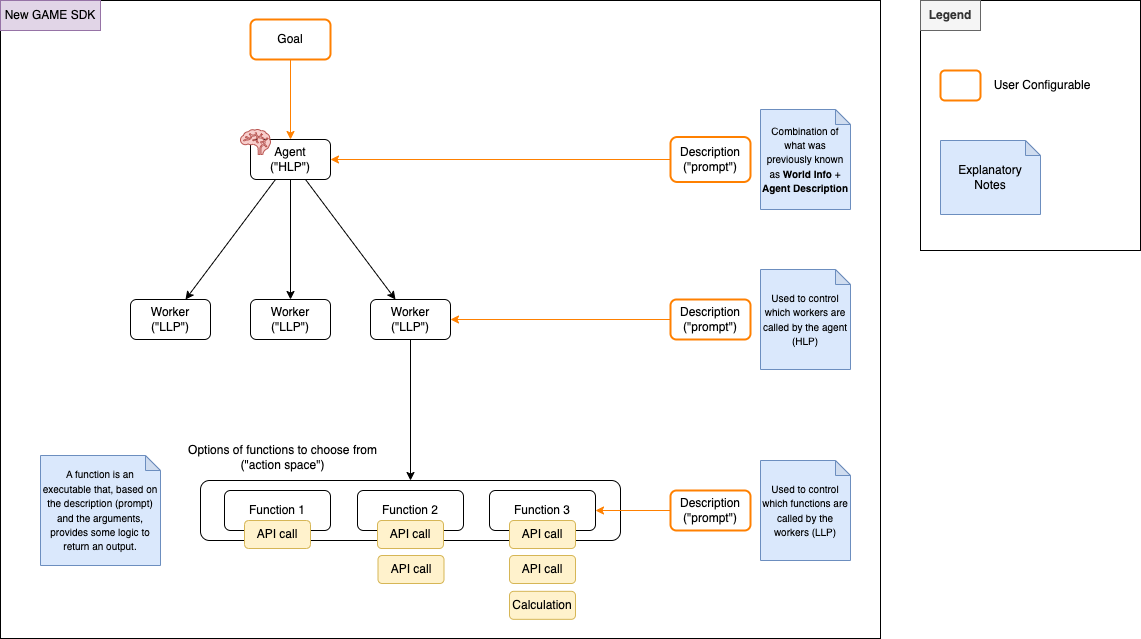
The draw.io diagram docs/imgs/new_sdk_visual.png in sammydick22/oracle, before a commit. Source tidied: cells renumbered, new cells last; positions are measured from the earlier drawing's top-left corner, leaving out a move shared by most shapes.
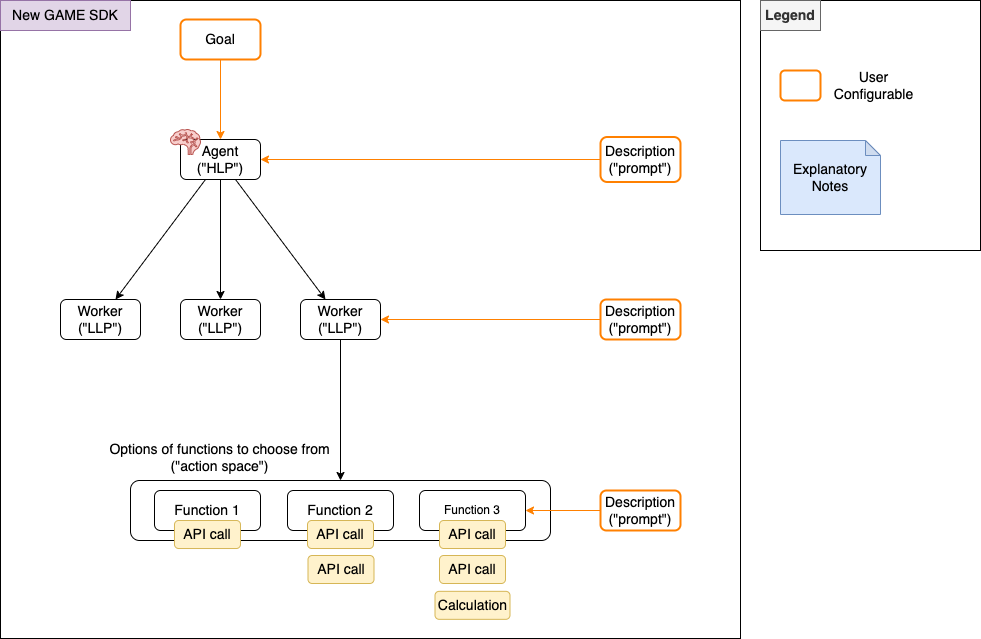
The same diagram one commit later.

Commit message:
README - increase font size on diagrams

Change to the diagram source:
```diff
@@ -3,22 +3,22 @@
     <mxCell id="0" />
     <mxCell id="1" parent="0" />
     <mxCell id="2" style="rounded=0;whiteSpace=wrap;html=1;fillColor=none;" parent="1" vertex="1">
-      <mxGeometry width="880" height="638" as="geometry" />
+      <mxGeometry x="70" width="740" height="638" as="geometry" />
     </mxCell>
     <mxCell id="3" style="rounded=1;whiteSpace=wrap;html=1;fillColor=none;" parent="1" vertex="1">
       <mxGeometry x="200" y="480" width="420" height="60" as="geometry" />
     </mxCell>
     <mxCell id="4" style="rounded=0;whiteSpace=wrap;html=1;fillColor=none;" parent="1" vertex="1">
-      <mxGeometry x="920" width="220" height="250" as="geometry" />
+      <mxGeometry x="830" width="220" height="250" as="geometry" />
     </mxCell>
     <mxCell id="5" style="rounded=1;whiteSpace=wrap;html=1;fillColor=none;strokeColor=#FF8000;strokeWidth=2;" parent="1" vertex="1">
-      <mxGeometry x="940" y="70" width="40" height="30" as="geometry" />
+      <mxGeometry x="850" y="70" width="40" height="30" as="geometry" />
     </mxCell>
-    <mxCell id="6" value="User Configurable" style="text;html=1;strokeColor=none;fillColor=none;align=center;verticalAlign=middle;whiteSpace=wrap;rounded=0;" parent="1" vertex="1">
-      <mxGeometry x="987" y="70" width="110" height="30" as="geometry" />
+    <mxCell id="6" value="&lt;font style=&quot;font-size: 14px;&quot;&gt;User Configurable&lt;/font&gt;" style="text;html=1;strokeColor=none;fillColor=none;align=center;verticalAlign=middle;whiteSpace=wrap;rounded=0;" parent="1" vertex="1">
+      <mxGeometry x="897" y="70" width="93" height="30" as="geometry" />
     </mxCell>
-    <mxCell id="7" value="&lt;b&gt;Legend&lt;/b&gt;" style="text;html=1;align=center;verticalAlign=middle;whiteSpace=wrap;rounded=0;strokeColor=#666666;fillColor=#f5f5f5;fontColor=#333333;" parent="1" vertex="1">
-      <mxGeometry x="920" width="60" height="30" as="geometry" />
+    <mxCell id="7" value="&lt;b&gt;&lt;font style=&quot;font-size: 14px;&quot;&gt;Legend&lt;/font&gt;&lt;/b&gt;" style="text;html=1;align=center;verticalAlign=middle;whiteSpace=wrap;rounded=0;strokeColor=#666666;fillColor=#f5f5f5;fontColor=#333333;" parent="1" vertex="1">
+      <mxGeometry x="830" width="60" height="30" as="geometry" />
     </mxCell>
     <mxCell id="8" style="rounded=0;jettySize=auto;html=1;" parent="1" edge="1" source="11" target="16">
       <mxGeometry relative="1" as="geometry" />
@@ -29,95 +29,83 @@
     <mxCell id="10" style="rounded=0;jettySize=auto;html=1;" parent="1" edge="1" source="11" target="19">
       <mxGeometry relative="1" as="geometry" />
     </mxCell>
-    <mxCell id="11" value="Agent&lt;br&gt;(&quot;HLP&quot;)" style="rounded=1;whiteSpace=wrap;html=1;" parent="1" vertex="1">
+    <mxCell id="11" value="&lt;font style=&quot;font-size: 14px;&quot;&gt;Agent&lt;br&gt;(&quot;HLP&quot;)&lt;/font&gt;" style="rounded=1;whiteSpace=wrap;html=1;" parent="1" vertex="1">
       <mxGeometry x="250" y="139" width="80" height="40" as="geometry" />
     </mxCell>
     <mxCell id="12" style="edgeStyle=orthogonalEdgeStyle;rounded=0;jettySize=auto;html=1;fillColor=#ffe6cc;strokeColor=#FF8000;" parent="1" edge="1" source="13" target="11">
       <mxGeometry relative="1" as="geometry" />
     </mxCell>
-    <mxCell id="13" value="Goal" style="rounded=1;whiteSpace=wrap;html=1;strokeColor=#FF8000;strokeWidth=2;" parent="1" vertex="1">
+    <mxCell id="13" value="&lt;font style=&quot;font-size: 14px;&quot;&gt;Goal&lt;/font&gt;" style="rounded=1;whiteSpace=wrap;html=1;strokeColor=#FF8000;strokeWidth=2;" parent="1" vertex="1">
       <mxGeometry x="250" y="19" width="80" height="40" as="geometry" />
     </mxCell>
     <mxCell id="14" style="edgeStyle=orthogonalEdgeStyle;rounded=0;jettySize=auto;html=1;strokeColor=#FF8000;" parent="1" edge="1" source="15" target="11">
       <mxGeometry relative="1" as="geometry" />
     </mxCell>
-    <mxCell id="15" value="Description&lt;br&gt;(&quot;prompt&quot;)" style="rounded=1;whiteSpace=wrap;html=1;strokeColor=#FF8000;strokeWidth=2;" parent="1" vertex="1">
+    <mxCell id="15" value="&lt;font style=&quot;font-size: 14px;&quot;&gt;Description&lt;br&gt;(&quot;prompt&quot;)&lt;/font&gt;" style="rounded=1;whiteSpace=wrap;html=1;strokeColor=#FF8000;strokeWidth=2;" parent="1" vertex="1">
       <mxGeometry x="670" y="136.5" width="80" height="45" as="geometry" />
     </mxCell>
-    <mxCell id="16" value="Worker&lt;br style=&quot;border-color: var(--border-color);&quot;&gt;(&quot;LLP&quot;)" style="rounded=1;whiteSpace=wrap;html=1;" parent="1" vertex="1">
+    <mxCell id="16" value="&lt;font style=&quot;font-size: 14px;&quot;&gt;Worker&lt;br style=&quot;border-color: var(--border-color);&quot;&gt;(&quot;LLP&quot;)&lt;/font&gt;" style="rounded=1;whiteSpace=wrap;html=1;" parent="1" vertex="1">
       <mxGeometry x="130" y="299" width="80" height="40" as="geometry" />
     </mxCell>
-    <mxCell id="17" value="Worker&lt;br style=&quot;border-color: var(--border-color);&quot;&gt;(&quot;LLP&quot;)" style="rounded=1;whiteSpace=wrap;html=1;" parent="1" vertex="1">
+    <mxCell id="17" value="&lt;font style=&quot;font-size: 14px;&quot;&gt;Worker&lt;br style=&quot;border-color: var(--border-color);&quot;&gt;(&quot;LLP&quot;)&lt;/font&gt;" style="rounded=1;whiteSpace=wrap;html=1;" parent="1" vertex="1">
       <mxGeometry x="250" y="299" width="80" height="40" as="geometry" />
     </mxCell>
     <mxCell id="18" style="edgeStyle=orthogonalEdgeStyle;rounded=0;jettySize=auto;html=1;entryX=0.5;entryY=0;entryDx=0;entryDy=0;" parent="1" edge="1" source="19" target="3">
       <mxGeometry relative="1" as="geometry" />
     </mxCell>
-    <mxCell id="19" value="Worker&lt;br&gt;(&quot;LLP&quot;)" style="rounded=1;whiteSpace=wrap;html=1;" parent="1" vertex="1">
+    <mxCell id="19" value="&lt;font style=&quot;font-size: 14px;&quot;&gt;Worker&lt;br&gt;(&quot;LLP&quot;)&lt;/font&gt;" style="rounded=1;whiteSpace=wrap;html=1;" parent="1" vertex="1">
       <mxGeometry x="370" y="299" width="80" height="40" as="geometry" />
     </mxCell>
     <mxCell id="20" style="edgeStyle=orthogonalEdgeStyle;rounded=0;jettySize=auto;html=1;strokeColor=#FF8000;" parent="1" edge="1" source="21" target="19">
       <mxGeometry relative="1" as="geometry" />
     </mxCell>
-    <mxCell id="21" value="Description&lt;br&gt;(&quot;prompt&quot;)" style="rounded=1;whiteSpace=wrap;html=1;strokeColor=#FF8000;strokeWidth=2;" parent="1" vertex="1">
+    <mxCell id="21" value="&lt;font style=&quot;font-size: 14px;&quot;&gt;Description&lt;br&gt;(&quot;prompt&quot;)&lt;/font&gt;" style="rounded=1;whiteSpace=wrap;html=1;strokeColor=#FF8000;strokeWidth=2;" parent="1" vertex="1">
       <mxGeometry x="670" y="299" width="80" height="40" as="geometry" />
     </mxCell>
-    <mxCell id="22" value="Function 1" style="rounded=1;whiteSpace=wrap;html=1;" parent="1" vertex="1">
+    <mxCell id="22" value="&lt;font style=&quot;font-size: 14px;&quot;&gt;Function 1&lt;/font&gt;" style="rounded=1;whiteSpace=wrap;html=1;" parent="1" vertex="1">
       <mxGeometry x="224" y="490" width="106" height="40" as="geometry" />
     </mxCell>
-    <mxCell id="23" value="Function 2" style="rounded=1;whiteSpace=wrap;html=1;" parent="1" vertex="1">
+    <mxCell id="23" value="&lt;font style=&quot;font-size: 14px;&quot;&gt;Function 2&lt;/font&gt;" style="rounded=1;whiteSpace=wrap;html=1;" parent="1" vertex="1">
       <mxGeometry x="357" y="490" width="106" height="40" as="geometry" />
     </mxCell>
     <mxCell id="24" value="Function 3" style="rounded=1;whiteSpace=wrap;html=1;" parent="1" vertex="1">
       <mxGeometry x="489" y="490" width="106" height="40" as="geometry" />
     </mxCell>
-    <mxCell id="25" value="Options of functions to choose from&lt;br&gt;(&quot;action space&quot;)" style="text;html=1;strokeColor=none;fillColor=none;align=center;verticalAlign=middle;whiteSpace=wrap;rounded=0;" parent="1" vertex="1">
-      <mxGeometry x="182" y="442" width="201" height="30" as="geometry" />
+    <mxCell id="25" value="&lt;font style=&quot;font-size: 14px;&quot;&gt;Options of functions to choose from&lt;br&gt;(&quot;action space&quot;)&lt;/font&gt;" style="text;html=1;strokeColor=none;fillColor=none;align=center;verticalAlign=middle;whiteSpace=wrap;rounded=0;" parent="1" vertex="1">
+      <mxGeometry x="178.5" y="442" width="223" height="30" as="geometry" />
     </mxCell>
     <mxCell id="26" style="edgeStyle=orthogonalEdgeStyle;rounded=0;jettySize=auto;html=1;strokeColor=#FF8000;" parent="1" edge="1" source="27" target="24">
       <mxGeometry relative="1" as="geometry" />
     </mxCell>
-    <mxCell id="27" value="Description&lt;br&gt;(&quot;prompt&quot;)" style="rounded=1;whiteSpace=wrap;html=1;strokeColor=#FF8000;strokeWidth=2;" parent="1" vertex="1">
+    <mxCell id="27" value="&lt;font style=&quot;font-size: 14px;&quot;&gt;Description&lt;br&gt;(&quot;prompt&quot;)&lt;/font&gt;" style="rounded=1;whiteSpace=wrap;html=1;strokeColor=#FF8000;strokeWidth=2;" parent="1" vertex="1">
       <mxGeometry x="670" y="490" width="80" height="40" as="geometry" />
     </mxCell>
     <mxCell id="28" style="shape=mxgraph.signs.healthcare.brain;html=1;fillColor=#f8cecc;strokeColor=#b85450;verticalLabelPosition=bottom;verticalAlign=top;align=center;" parent="1" vertex="1">
       <mxGeometry x="240" y="129" width="30" height="25" as="geometry" />
     </mxCell>
-    <mxCell id="29" value="API call" style="rounded=1;whiteSpace=wrap;html=1;fillColor=#fff2cc;strokeColor=#d6b656;" parent="1" vertex="1">
+    <mxCell id="29" value="&lt;font style=&quot;font-size: 14px;&quot;&gt;API call&lt;/font&gt;" style="rounded=1;whiteSpace=wrap;html=1;fillColor=#fff2cc;strokeColor=#d6b656;" parent="1" vertex="1">
       <mxGeometry x="244" y="520" width="66" height="28" as="geometry" />
     </mxCell>
-    <mxCell id="30" value="&lt;font style=&quot;font-size: 10px;&quot;&gt;Combination of what was previously known as &lt;b&gt;World Info&lt;/b&gt; + &lt;b&gt;Agent Description&lt;/b&gt;&lt;/font&gt;" style="shape=note;whiteSpace=wrap;html=1;backgroundOutline=1;darkOpacity=0.05;size=15;fillColor=#dae8fc;strokeColor=#6c8ebf;" parent="1" vertex="1">
-      <mxGeometry x="760" y="109" width="90" height="100" as="geometry" />
-    </mxCell>
-    <mxCell id="31" value="&lt;span style=&quot;font-size: 10px;&quot;&gt;Used to control which workers are called by the agent (HLP)&lt;/span&gt;" style="shape=note;whiteSpace=wrap;html=1;backgroundOutline=1;darkOpacity=0.05;size=15;fillColor=#dae8fc;strokeColor=#6c8ebf;" parent="1" vertex="1">
-      <mxGeometry x="760" y="269" width="90" height="100" as="geometry" />
-    </mxCell>
-    <mxCell id="32" value="&lt;font style=&quot;font-size: 10px;&quot;&gt;A function is an executable that, based on the description (prompt) and the arguments, provides some logic to return an output.&lt;br&gt;&lt;/font&gt;" style="shape=note;whiteSpace=wrap;html=1;backgroundOutline=1;darkOpacity=0.05;size=15;fillColor=#dae8fc;strokeColor=#6c8ebf;" parent="1" vertex="1">
-      <mxGeometry x="40" y="455" width="120" height="110" as="geometry" />
-    </mxCell>
-    <mxCell id="33" value="&lt;span style=&quot;font-size: 10px;&quot;&gt;Used to control which functions are called by the workers (LLP)&lt;/span&gt;" style="shape=note;whiteSpace=wrap;html=1;backgroundOutline=1;darkOpacity=0.05;size=15;fillColor=#dae8fc;strokeColor=#6c8ebf;" parent="1" vertex="1">
-      <mxGeometry x="760" y="460" width="90" height="100" as="geometry" />
-    </mxCell>
-    <mxCell id="34" value="API call" style="rounded=1;whiteSpace=wrap;html=1;fillColor=#fff2cc;strokeColor=#d6b656;" parent="1" vertex="1">
+    <mxCell id="34" value="&lt;font style=&quot;font-size: 14px;&quot;&gt;API call&lt;/font&gt;" style="rounded=1;whiteSpace=wrap;html=1;fillColor=#fff2cc;strokeColor=#d6b656;" parent="1" vertex="1">
       <mxGeometry x="377" y="520" width="66" height="28" as="geometry" />
     </mxCell>
-    <mxCell id="35" value="API call" style="rounded=1;whiteSpace=wrap;html=1;fillColor=#fff2cc;strokeColor=#d6b656;" parent="1" vertex="1">
+    <mxCell id="35" value="&lt;font style=&quot;font-size: 14px;&quot;&gt;API call&lt;/font&gt;" style="rounded=1;whiteSpace=wrap;html=1;fillColor=#fff2cc;strokeColor=#d6b656;" parent="1" vertex="1">
       <mxGeometry x="377.5" y="555" width="66" height="28" as="geometry" />
     </mxCell>
-    <mxCell id="36" value="API call" style="rounded=1;whiteSpace=wrap;html=1;fillColor=#fff2cc;strokeColor=#d6b656;" parent="1" vertex="1">
+    <mxCell id="36" value="&lt;font style=&quot;font-size: 14px;&quot;&gt;API call&lt;/font&gt;" style="rounded=1;whiteSpace=wrap;html=1;fillColor=#fff2cc;strokeColor=#d6b656;" parent="1" vertex="1">
       <mxGeometry x="509" y="520" width="66" height="28" as="geometry" />
     </mxCell>
-    <mxCell id="37" value="API call" style="rounded=1;whiteSpace=wrap;html=1;fillColor=#fff2cc;strokeColor=#d6b656;" parent="1" vertex="1">
+    <mxCell id="37" value="&lt;font style=&quot;font-size: 14px;&quot;&gt;API call&lt;/font&gt;" style="rounded=1;whiteSpace=wrap;html=1;fillColor=#fff2cc;strokeColor=#d6b656;" parent="1" vertex="1">
       <mxGeometry x="509" y="555" width="66" height="28" as="geometry" />
     </mxCell>
-    <mxCell id="38" value="Calculation" style="rounded=1;whiteSpace=wrap;html=1;fillColor=#fff2cc;strokeColor=#d6b656;" parent="1" vertex="1">
-      <mxGeometry x="509" y="590.8" width="66" height="28" as="geometry" />
+    <mxCell id="38" value="&lt;font style=&quot;font-size: 14px;&quot;&gt;Calculation&lt;/font&gt;" style="rounded=1;whiteSpace=wrap;html=1;fillColor=#fff2cc;strokeColor=#d6b656;" parent="1" vertex="1">
+      <mxGeometry x="504.5" y="590.8" width="75" height="28" as="geometry" />
     </mxCell>
-    <mxCell id="39" value="New GAME SDK" style="text;html=1;strokeColor=#9673a6;fillColor=#e1d5e7;align=center;verticalAlign=middle;whiteSpace=wrap;rounded=0;" parent="1" vertex="1">
-      <mxGeometry width="100" height="30" as="geometry" />
+    <mxCell id="39" value="&lt;font style=&quot;font-size: 14px;&quot;&gt;New GAME SDK&lt;/font&gt;" style="text;html=1;strokeColor=#9673a6;fillColor=#e1d5e7;align=center;verticalAlign=middle;whiteSpace=wrap;rounded=0;" parent="1" vertex="1">
+      <mxGeometry x="70" width="130" height="30" as="geometry" />
     </mxCell>
-    <mxCell id="40" value="&lt;font style=&quot;&quot;&gt;Explanatory Notes&lt;br&gt;&lt;/font&gt;" style="shape=note;whiteSpace=wrap;html=1;backgroundOutline=1;darkOpacity=0.05;size=15;fillColor=#dae8fc;strokeColor=#6c8ebf;" parent="1" vertex="1">
-      <mxGeometry x="940" y="140" width="100" height="74" as="geometry" />
+    <mxCell id="40" value="&lt;font style=&quot;&quot;&gt;&lt;font style=&quot;font-size: 14px;&quot;&gt;Explanatory Notes&lt;/font&gt;&lt;br&gt;&lt;/font&gt;" style="shape=note;whiteSpace=wrap;html=1;backgroundOutline=1;darkOpacity=0.05;size=15;fillColor=#dae8fc;strokeColor=#6c8ebf;" parent="1" vertex="1">
+      <mxGeometry x="850" y="140" width="100" height="74" as="geometry" />
     </mxCell>
   </root>
 </mxGraphModel>
```
